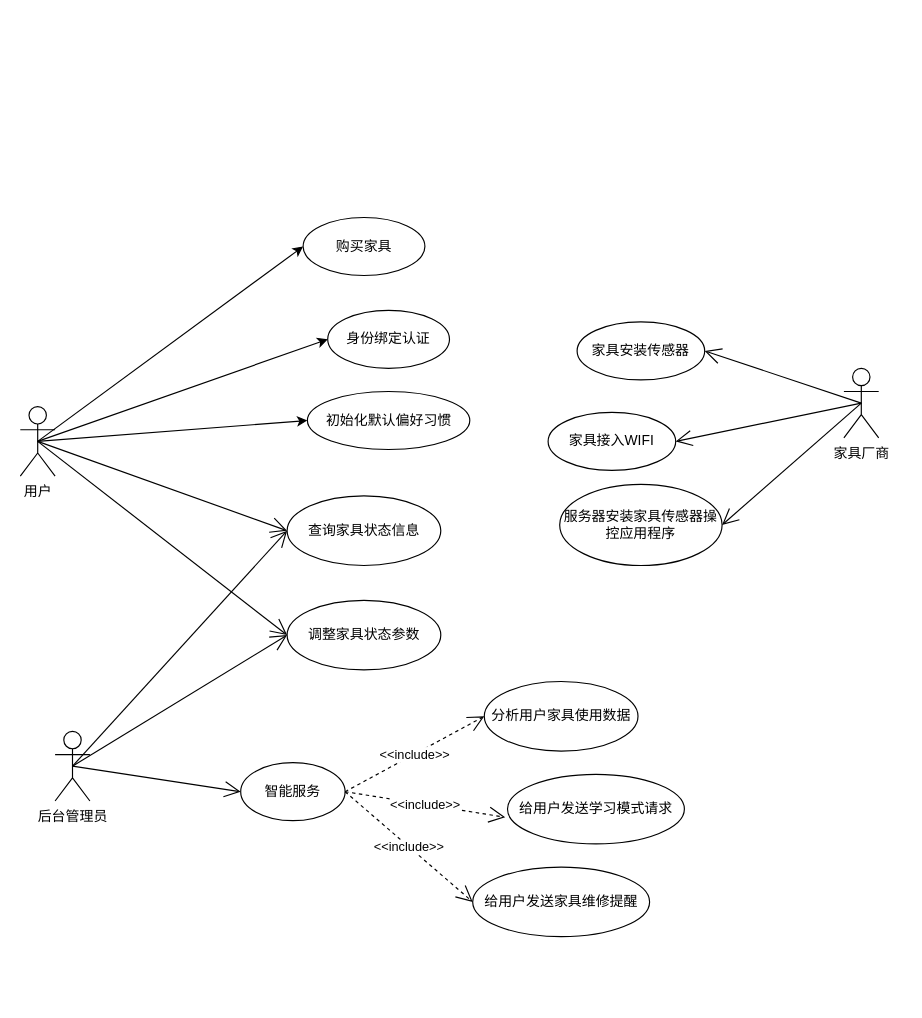
Earlier version of the draw.io diagram umltest.drawio (2919282119/charts). Source tidied: cells renumbered, new cells numbered last; positions are measured from the earlier drawing's top-left corner, leaving out a move shared by most shapes. Both pictures are drawn from the tidied source at 116%, with x=0, y=0 at pixel (20, 217).
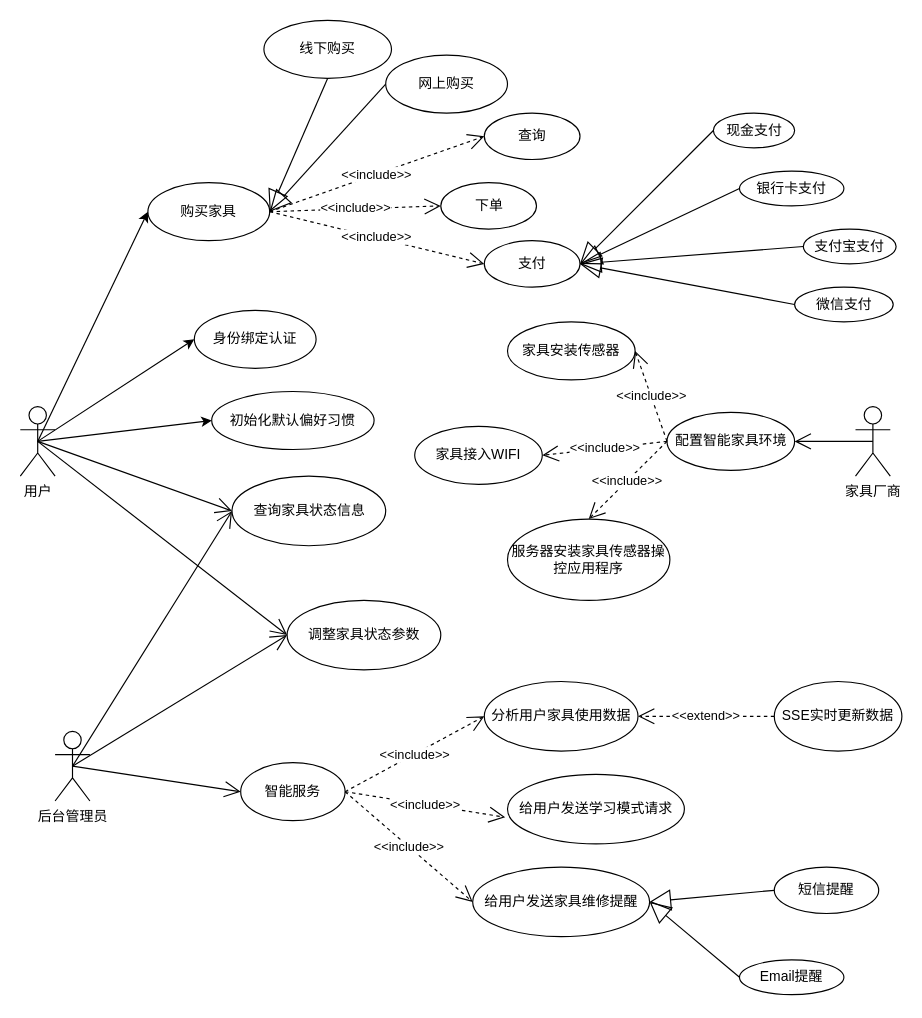
Above is the later version.

The change refers to these unchanged cells:
```xml
<mxCell id="16" value="分析用户家具使用数据" style="ellipse;whiteSpace=wrap;html=1;" parent="1" vertex="1">
  <mxGeometry x="400" y="400" width="132.5" height="60" as="geometry" />
</mxCell>
<mxCell id="18" value="给用户发送家具维修提醒" style="ellipse;whiteSpace=wrap;html=1;" parent="1" vertex="1">
  <mxGeometry x="390" y="560" width="152.5" height="60" as="geometry" />
</mxCell>
```

The edit, as a diff of the source:
```diff
@@
     <mxCell id="6" value="购买家具" style="ellipse;whiteSpace=wrap;html=1;" parent="1" vertex="1">
-      <mxGeometry x="243.8" width="105" height="50" as="geometry" />
+      <mxGeometry x="110" y="-30" width="105" height="50" as="geometry" />
     </mxCell>
     <mxCell id="7" value="身份绑定认证" style="ellipse;whiteSpace=wrap;html=1;" parent="1" vertex="1">
-      <mxGeometry x="265" y="80" width="105" height="50" as="geometry" />
+      <mxGeometry x="150" y="80" width="105" height="50" as="geometry" />
     </mxCell>
     <mxCell id="8" value="初始化默认偏好习惯" style="ellipse;whiteSpace=wrap;html=1;" parent="1" vertex="1">
-      <mxGeometry x="247.5" y="150" width="140" height="50" as="geometry" />
+      <mxGeometry x="165" y="150" width="140" height="50" as="geometry" />
     </mxCell>
     <mxCell id="9" value="查询家具状态信息" style="ellipse;whiteSpace=wrap;html=1;" parent="1" vertex="1">
-      <mxGeometry x="230" y="240" width="132.5" height="60" as="geometry" />
+      <mxGeometry x="182.5" y="223" width="132.5" height="60" as="geometry" />
     </mxCell>
@@
     <mxCell id="20" value="家具安装传感器" style="ellipse;whiteSpace=wrap;html=1;" parent="1" vertex="1">
-      <mxGeometry x="480" y="90" width="110" height="50" as="geometry" />
+      <mxGeometry x="420" y="90" width="110" height="50" as="geometry" />
     </mxCell>
     <mxCell id="21" value="家具接入WIFI" style="ellipse;whiteSpace=wrap;html=1;" parent="1" vertex="1">
-      <mxGeometry x="455" y="168" width="110" height="50" as="geometry" />
+      <mxGeometry x="340" y="180" width="110" height="50" as="geometry" />
     </mxCell>
     <mxCell id="22" value="服务器安装家具传感器操控应用程序" style="ellipse;whiteSpace=wrap;html=1;" parent="1" vertex="1">
-      <mxGeometry x="465" y="230" width="140" height="70" as="geometry" />
+      <mxGeometry x="420" y="260" width="140" height="70" as="geometry" />
     </mxCell>
     <mxCell id="23" value="家具厂商" style="shape=umlActor;verticalLabelPosition=bottom;verticalAlign=top;html=1;outlineConnect=0;" parent="1" vertex="1">
-      <mxGeometry x="710" y="130" width="30" height="60" as="geometry" />
+      <mxGeometry x="720" y="163" width="30" height="60" as="geometry" />
     </mxCell>
-    <mxCell id="24" style="endArrow=open;endFill=1;endSize=12;html=1;rounded=0;entryX=1;entryY=0.5;entryDx=0;entryDy=0;exitX=0.5;exitY=0.5;exitDx=0;exitDy=0;exitPerimeter=0;" parent="1" edge="1" source="23" target="20">
-      <mxGeometry relative="1" as="geometry" />
-    </mxCell>
-    <mxCell id="25" style="endArrow=open;endFill=1;endSize=12;html=1;rounded=0;entryX=1;entryY=0.5;entryDx=0;entryDy=0;exitX=0.5;exitY=0.5;exitDx=0;exitDy=0;exitPerimeter=0;" parent="1" edge="1" source="23" target="21">
-      <mxGeometry relative="1" as="geometry" />
-    </mxCell>
-    <mxCell id="26" style="endArrow=open;endFill=1;endSize=12;html=1;rounded=0;entryX=1;entryY=0.5;entryDx=0;entryDy=0;exitX=0.5;exitY=0.5;exitDx=0;exitDy=0;exitPerimeter=0;" parent="1" edge="1" source="23" target="22">
-      <mxGeometry relative="1" as="geometry" />
-    </mxCell>
@@
+    <mxCell id="31" value="线下购买" style="ellipse;whiteSpace=wrap;html=1;" parent="1" vertex="1">
+      <mxGeometry x="210" y="-170" width="110" height="50" as="geometry" />
+    </mxCell>
+    <mxCell id="32" style="endArrow=block;endSize=16;endFill=0;html=1;rounded=0;entryX=1;entryY=0.5;entryDx=0;entryDy=0;exitX=0.5;exitY=1;exitDx=0;exitDy=0;" parent="1" edge="1" source="31" target="6">
+      <mxGeometry relative="1" as="geometry" />
+    </mxCell>
+    <mxCell id="33" style="endArrow=block;endSize=16;endFill=0;html=1;rounded=0;entryX=1;entryY=0.5;entryDx=0;entryDy=0;exitX=0;exitY=0.5;exitDx=0;exitDy=0;" parent="1" edge="1" source="34" target="6">
+      <mxGeometry relative="1" as="geometry" />
+    </mxCell>
+    <mxCell id="34" value="网上购买" style="ellipse;whiteSpace=wrap;html=1;" parent="1" vertex="1">
+      <mxGeometry x="315" y="-140" width="105" height="50" as="geometry" />
+    </mxCell>
+    <mxCell id="35" value="支付" style="ellipse;whiteSpace=wrap;html=1;" parent="1" vertex="1">
+      <mxGeometry x="400" y="20" width="82.5" height="40" as="geometry" />
+    </mxCell>
+    <mxCell id="36" value="&amp;lt;&amp;lt;include&amp;gt;&amp;gt;" style="endArrow=open;endSize=12;dashed=1;html=1;rounded=0;exitX=1;exitY=0.5;exitDx=0;exitDy=0;entryX=0;entryY=0.5;entryDx=0;entryDy=0;" parent="1" edge="1" source="6" target="37">
+      <mxGeometry relative="1" as="geometry" />
+    </mxCell>
+    <mxCell id="37" value="查询" style="ellipse;whiteSpace=wrap;html=1;" parent="1" vertex="1">
+      <mxGeometry x="400" y="-90" width="82.5" height="40" as="geometry" />
+    </mxCell>
+    <mxCell id="38" value="下单" style="ellipse;whiteSpace=wrap;html=1;" parent="1" vertex="1">
+      <mxGeometry x="362.5" y="-30" width="82.5" height="40" as="geometry" />
+    </mxCell>
+    <mxCell id="39" value="&amp;lt;&amp;lt;include&amp;gt;&amp;gt;" style="endArrow=open;endSize=12;dashed=1;html=1;rounded=0;entryX=0;entryY=0.5;entryDx=0;entryDy=0;exitX=1;exitY=0.5;exitDx=0;exitDy=0;" parent="1" edge="1" source="6" target="38">
+      <mxGeometry relative="1" as="geometry" />
+    </mxCell>
+    <mxCell id="40" value="&amp;lt;&amp;lt;include&amp;gt;&amp;gt;" style="endArrow=open;endSize=12;dashed=1;html=1;rounded=0;entryX=0;entryY=0.5;entryDx=0;entryDy=0;exitX=1;exitY=0.5;exitDx=0;exitDy=0;" parent="1" edge="1" source="6" target="35">
+      <mxGeometry relative="1" as="geometry" />
+    </mxCell>
+    <mxCell id="41" value="现金支付" style="ellipse;whiteSpace=wrap;html=1;" parent="1" vertex="1">
+      <mxGeometry x="597.5" y="-90" width="70" height="30" as="geometry" />
+    </mxCell>
+    <mxCell id="42" value="银行卡支付" style="ellipse;whiteSpace=wrap;html=1;" parent="1" vertex="1">
+      <mxGeometry x="620" y="-40" width="90" height="30" as="geometry" />
+    </mxCell>
+    <mxCell id="43" value="支付宝支付" style="ellipse;whiteSpace=wrap;html=1;" parent="1" vertex="1">
+      <mxGeometry x="675" y="10" width="80" height="30" as="geometry" />
+    </mxCell>
+    <mxCell id="44" value="微信支付" style="ellipse;whiteSpace=wrap;html=1;" parent="1" vertex="1">
+      <mxGeometry x="667.5" y="60" width="85" height="30" as="geometry" />
+    </mxCell>
+    <mxCell id="45" style="endArrow=block;endSize=16;endFill=0;html=1;rounded=0;entryX=1;entryY=0.5;entryDx=0;entryDy=0;exitX=0;exitY=0.5;exitDx=0;exitDy=0;" parent="1" edge="1" source="41" target="35">
+      <mxGeometry relative="1" as="geometry" />
+    </mxCell>
+    <mxCell id="46" style="endArrow=block;endSize=16;endFill=0;html=1;rounded=0;entryX=1;entryY=0.5;entryDx=0;entryDy=0;exitX=0;exitY=0.5;exitDx=0;exitDy=0;" parent="1" edge="1" source="42" target="35">
+      <mxGeometry relative="1" as="geometry" />
+    </mxCell>
+    <mxCell id="47" style="endArrow=block;endSize=16;endFill=0;html=1;rounded=0;entryX=1;entryY=0.5;entryDx=0;entryDy=0;exitX=0;exitY=0.5;exitDx=0;exitDy=0;" parent="1" edge="1" source="43" target="35">
+      <mxGeometry relative="1" as="geometry" />
+    </mxCell>
+    <mxCell id="48" style="endArrow=block;endSize=16;endFill=0;html=1;rounded=0;exitX=0;exitY=0.5;exitDx=0;exitDy=0;entryX=1;entryY=0.5;entryDx=0;entryDy=0;" parent="1" edge="1" source="44" target="35">
+      <mxGeometry relative="1" as="geometry" />
+    </mxCell>
+    <mxCell id="49" style="endArrow=block;endSize=16;endFill=0;html=1;rounded=0;entryX=1;entryY=0.5;entryDx=0;entryDy=0;exitX=0;exitY=0.5;exitDx=0;exitDy=0;" parent="1" edge="1" source="50" target="18">
+      <mxGeometry relative="1" as="geometry" />
+    </mxCell>
+    <mxCell id="50" value="短信提醒" style="ellipse;whiteSpace=wrap;html=1;" parent="1" vertex="1">
+      <mxGeometry x="650" y="560" width="90" height="40" as="geometry" />
+    </mxCell>
+    <mxCell id="51" value="Email提醒" style="ellipse;whiteSpace=wrap;html=1;" parent="1" vertex="1">
+      <mxGeometry x="620" y="640" width="90" height="30" as="geometry" />
+    </mxCell>
+    <mxCell id="52" style="endArrow=block;endSize=16;endFill=0;html=1;rounded=0;entryX=1;entryY=0.5;entryDx=0;entryDy=0;exitX=0;exitY=0.5;exitDx=0;exitDy=0;" parent="1" edge="1" source="51" target="18">
+      <mxGeometry relative="1" as="geometry" />
+    </mxCell>
+    <mxCell id="53" value="配置智能家具环境" style="ellipse;whiteSpace=wrap;html=1;" parent="1" vertex="1">
+      <mxGeometry x="557.5" y="168" width="110" height="50" as="geometry" />
+    </mxCell>
+    <mxCell id="54" style="endArrow=open;endFill=1;endSize=12;html=1;rounded=0;exitX=0.5;exitY=0.5;exitDx=0;exitDy=0;exitPerimeter=0;entryX=1;entryY=0.5;entryDx=0;entryDy=0;" parent="1" edge="1" source="23" target="53">
+      <mxGeometry relative="1" as="geometry" />
+    </mxCell>
+    <mxCell id="55" value="&amp;lt;&amp;lt;include&amp;gt;&amp;gt;" style="endArrow=open;endSize=12;dashed=1;html=1;rounded=0;entryX=1;entryY=0.5;entryDx=0;entryDy=0;exitX=0;exitY=0.5;exitDx=0;exitDy=0;" parent="1" edge="1" source="53" target="20">
+      <mxGeometry relative="1" as="geometry" />
+    </mxCell>
+    <mxCell id="56" value="&amp;lt;&amp;lt;include&amp;gt;&amp;gt;" style="endArrow=open;endSize=12;dashed=1;html=1;rounded=0;entryX=1;entryY=0.5;entryDx=0;entryDy=0;exitX=0;exitY=0.5;exitDx=0;exitDy=0;" parent="1" edge="1" source="53" target="21">
+      <mxGeometry relative="1" as="geometry" />
+    </mxCell>
+    <mxCell id="57" value="&amp;lt;&amp;lt;include&amp;gt;&amp;gt;" style="endArrow=open;endSize=12;dashed=1;html=1;rounded=0;entryX=0.5;entryY=0;entryDx=0;entryDy=0;exitX=0;exitY=0.5;exitDx=0;exitDy=0;" parent="1" edge="1" source="53" target="22">
+      <mxGeometry relative="1" as="geometry" />
+    </mxCell>
+    <mxCell id="58" value="&amp;lt;&amp;lt;extend&amp;gt;&amp;gt;" style="endArrow=open;endSize=12;dashed=1;html=1;rounded=0;entryX=1;entryY=0.5;entryDx=0;entryDy=0;exitX=0;exitY=0.5;exitDx=0;exitDy=0;" parent="1" edge="1" source="59" target="16">
+      <mxGeometry relative="1" as="geometry" />
+    </mxCell>
+    <mxCell id="59" value="SSE实时更新数据" style="ellipse;whiteSpace=wrap;html=1;" parent="1" vertex="1">
+      <mxGeometry x="650" y="400" width="110" height="60" as="geometry" />
+    </mxCell>
```
